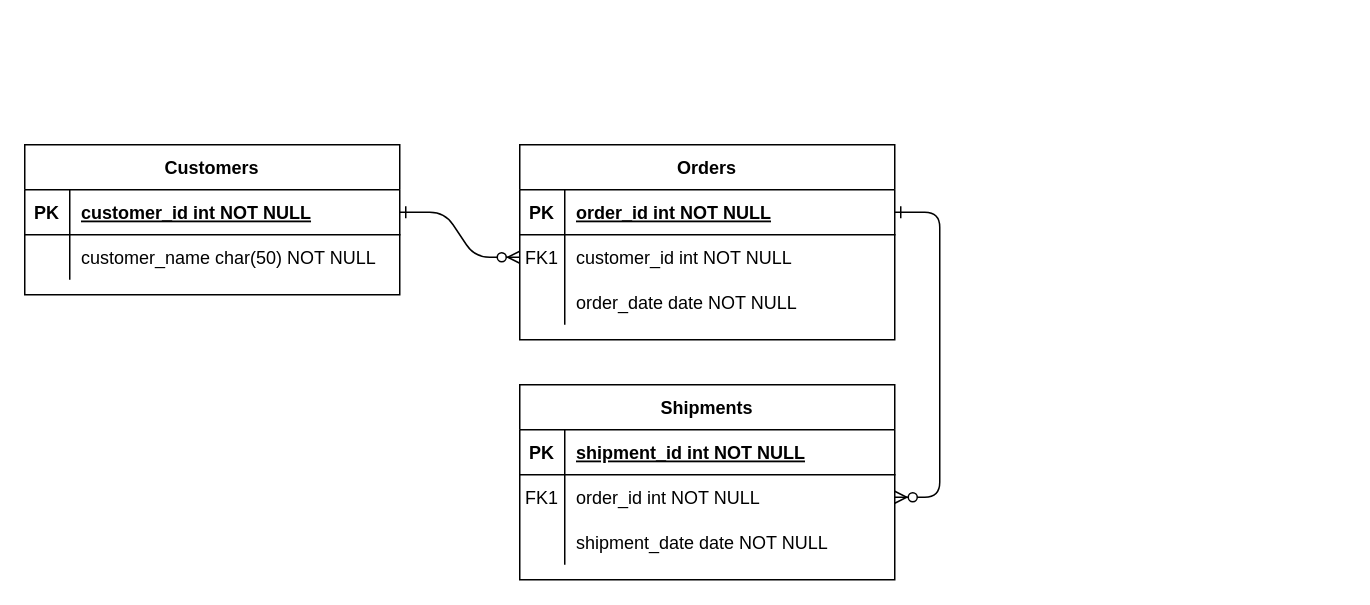
This is Diagrama sem nome.drawio from luan-ferreir4/teste-der, a draw.io file, before an edit. Source tidied: cells renumbered, new cells numbered last; positions are measured from the earlier drawing's top-left corner, leaving out a move shared by most shapes. Both pictures are drawn from the tidied source at 150%, with x=0, y=0 at pixel (24, 144).
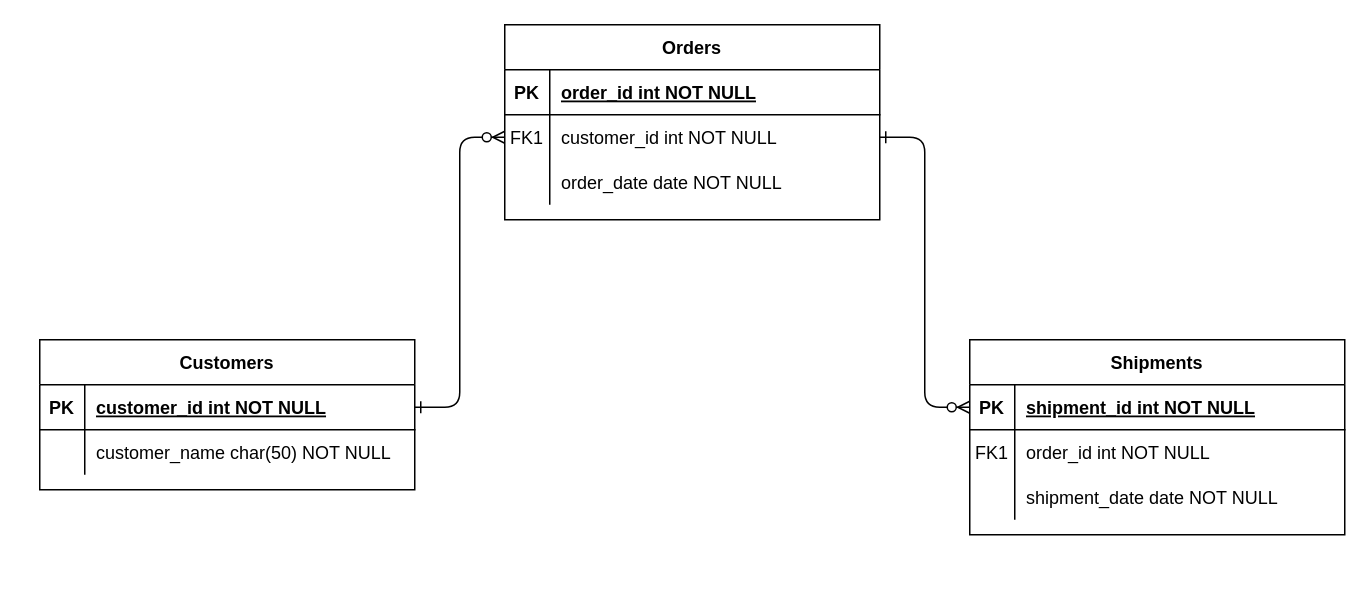
Above is the later version.

Unchanged cells that the change refers to:
```xml
<mxCell id="5" style="shape=partialRectangle;fillColor=none;points=[[0,0.5],[1,0.5]];portConstraint=eastwest;top=0;left=0;right=0;bottom=1;" parent="4" vertex="1">
  <mxGeometry y="30" width="250" height="30" as="geometry" />
</mxCell>
<mxCell id="8" style="shape=partialRectangle;fillColor=none;points=[[0,0.5],[1,0.5]];portConstraint=eastwest;top=0;left=0;right=0;bottom=0;" parent="4" vertex="1">
  <mxGeometry y="60" width="250" height="30" as="geometry" />
</mxCell>
<mxCell id="15" style="shape=partialRectangle;fillColor=none;points=[[0,0.5],[1,0.5]];portConstraint=eastwest;top=0;left=0;right=0;bottom=1;" parent="14" vertex="1">
  <mxGeometry y="30" width="250" height="30" as="geometry" />
</mxCell>
<mxCell id="18" style="shape=partialRectangle;fillColor=none;points=[[0,0.5],[1,0.5]];portConstraint=eastwest;top=0;left=0;right=0;bottom=0;" parent="14" vertex="1">
  <mxGeometry y="60" width="250" height="30" as="geometry" />
</mxCell>
```

Change to the diagram source:
```diff
@@
-    <mxCell id="3" style="edgeStyle=entityRelationEdgeStyle;endArrow=ERzeroToMany;startArrow=ERone;endFill=1;startFill=0;" parent="1" edge="1" source="5" target="18">
-      <mxGeometry relative="1" as="geometry" />
+    <mxCell id="3" style="edgeStyle=entityRelationEdgeStyle;endArrow=ERzeroToMany;startArrow=ERone;endFill=1;startFill=0;entryX=0;entryY=0.5;entryDx=0;entryDy=0;" parent="1" edge="1" source="8" target="15">
+      <mxGeometry relative="1" as="geometry">
+        <Array as="points">
+          <mxPoint x="510" y="100" />
+          <mxPoint x="460" y="110" />
+        </Array>
+      </mxGeometry>
     </mxCell>
     <mxCell id="4" value="Orders" style="shape=table;startSize=30;childLayout=tableLayout;rowLines=0;fontStyle=1;align=center;" parent="1" vertex="1">
-      <mxGeometry x="330" width="250" height="130" as="geometry" />
+      <mxGeometry x="320" y="-80" width="250" height="130" as="geometry" />
     </mxCell>
@@
     <mxCell id="14" value="Shipments" style="shape=table;startSize=30;childLayout=tableLayout;rowLines=0;fontStyle=1;align=center;" parent="1" vertex="1">
-      <mxGeometry x="330" y="160" width="250" height="130" as="geometry" />
+      <mxGeometry x="630" y="130" width="250" height="130" as="geometry" />
     </mxCell>
@@
     <mxCell id="24" value="Customers" style="shape=table;startSize=30;childLayout=tableLayout;rowLines=0;fontStyle=1;align=center;" parent="1" vertex="1">
-      <mxGeometry width="250" height="100" as="geometry" />
+      <mxGeometry x="10" y="130" width="250" height="100" as="geometry" />
     </mxCell>
```
